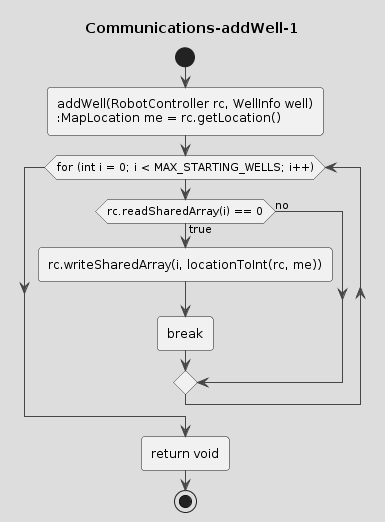
This is drawings/Communications-addWell-1a.png from coding-to-music/plantuml-diagram-examples, a PlantUML export, as it was before one commit.
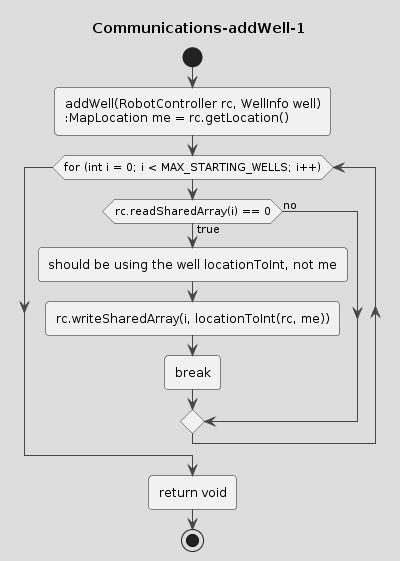
The same diagram one commit later.

The edit, as a diff of the source:
```diff
@@ -12,6 +12,7 @@
 :MapLocation me = rc.getLocation();
 while (for (int i = 0; i < MAX_STARTING_WELLS; i++))
     if (rc.readSharedArray(i) == 0) then (true)
+        :should be using the well locationToInt, not me;
         :rc.writeSharedArray(i, locationToInt(rc, me));
         :break;
     else (no)
```
